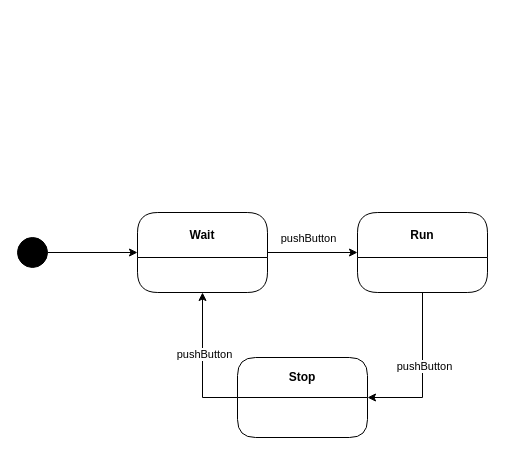
Earlier version of the draw.io diagram sample/StopWatch.drawio (sato22/Sm2Go). Source tidied: cells renumbered, new cells numbered last; positions are measured from the earlier drawing's top-left corner, leaving out a move shared by most shapes. Both pictures are drawn from the tidied source at 100%, with x=0, y=0 at pixel (17, 212).
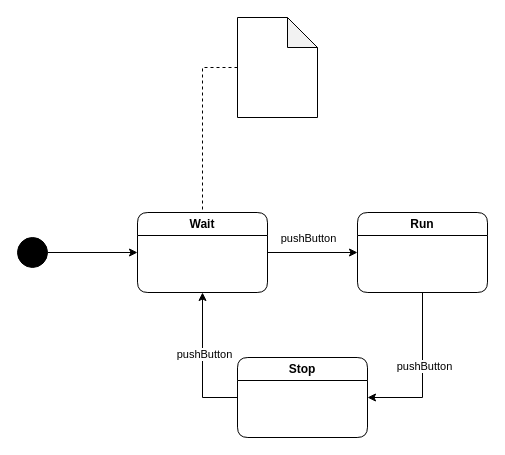
After the change.

Change to the diagram source:
```diff
@@
 <mxGraphModel>
   <root>
     <mxCell id="0" />
     <mxCell id="1" parent="0" />
     <mxCell id="2" style="edgeStyle=orthogonalEdgeStyle;rounded=0;jettySize=auto;html=1;exitX=1;exitY=0.5;exitDx=0;exitDy=0;entryX=0;entryY=0.5;entryDx=0;entryDy=0;" parent="1" edge="1" source="3" target="6">
       <mxGeometry relative="1" as="geometry" />
     </mxCell>
     <mxCell id="3" style="ellipse;whiteSpace=wrap;html=1;glass=0;sketch=0;fillColor=#000000;" parent="1" vertex="1">
       <mxGeometry y="25" width="30" height="30" as="geometry" />
     </mxCell>
     <mxCell id="4" style="edgeStyle=orthogonalEdgeStyle;rounded=0;jettySize=auto;html=1;exitX=1;exitY=0.5;exitDx=0;exitDy=0;entryX=0;entryY=0.5;entryDx=0;entryDy=0;" parent="1" edge="1" source="6" target="9">
       <mxGeometry relative="1" as="geometry" />
     </mxCell>
     <mxCell id="5" value="pushButton" style="edgeLabel;html=1;align=center;verticalAlign=middle;" parent="4" vertex="1">
       <mxGeometry x="0.31" y="1" relative="1" as="geometry">
         <mxPoint x="-19" y="-14" as="offset" />
       </mxGeometry>
     </mxCell>
-    <mxCell id="6" value="Wait" style="swimlane;rounded=1;whiteSpace=wrap;html=1;glass=0;sketch=0;startSize=45;" parent="1" vertex="1">
+    <mxCell id="6" value="Wait" style="swimlane;rounded=1;whiteSpace=wrap;html=1;glass=0;sketch=0;" parent="1" vertex="1">
       <mxGeometry x="120" width="130" height="80" as="geometry" />
     </mxCell>
     <mxCell id="7" style="edgeStyle=orthogonalEdgeStyle;rounded=0;jettySize=auto;html=1;exitX=0.5;exitY=1;exitDx=0;exitDy=0;entryX=1;entryY=0.5;entryDx=0;entryDy=0;" parent="1" edge="1" source="9" target="12">
       <mxGeometry relative="1" as="geometry" />
     </mxCell>
     <mxCell id="8" value="pushButton" style="edgeLabel;html=1;align=center;verticalAlign=middle;" parent="7" vertex="1">
       <mxGeometry x="-0.09" y="1" relative="1" as="geometry" />
     </mxCell>
-    <mxCell id="9" value="Run" style="swimlane;rounded=1;whiteSpace=wrap;html=1;glass=0;sketch=0;startSize=45;" parent="1" vertex="1">
+    <mxCell id="9" value="Run" style="swimlane;rounded=1;whiteSpace=wrap;html=1;glass=0;sketch=0;" parent="1" vertex="1">
       <mxGeometry x="340" width="130" height="80" as="geometry" />
     </mxCell>
     <mxCell id="10" style="edgeStyle=orthogonalEdgeStyle;rounded=0;jettySize=auto;html=1;exitX=0;exitY=0.5;exitDx=0;exitDy=0;entryX=0.5;entryY=1;entryDx=0;entryDy=0;" parent="1" edge="1" source="12" target="6">
       <mxGeometry relative="1" as="geometry" />
     </mxCell>
     <mxCell id="11" value="pushButton" style="edgeLabel;html=1;align=center;verticalAlign=middle;" parent="10" vertex="1">
       <mxGeometry x="0.13" y="-1" relative="1" as="geometry" />
     </mxCell>
-    <mxCell id="12" value="Stop" style="swimlane;rounded=1;whiteSpace=wrap;html=1;glass=0;sketch=0;startSize=40;" parent="1" vertex="1">
+    <mxCell id="12" value="Stop" style="swimlane;rounded=1;whiteSpace=wrap;html=1;glass=0;sketch=0;" parent="1" vertex="1">
       <mxGeometry x="220" y="145" width="130" height="80" as="geometry" />
     </mxCell>
+    <mxCell id="13" style="edgeStyle=orthogonalEdgeStyle;rounded=0;jettySize=auto;html=1;exitX=0;exitY=0.5;exitDx=0;exitDy=0;exitPerimeter=0;entryX=0.5;entryY=0;entryDx=0;entryDy=0;endArrow=none;endFill=0;dashed=1;" parent="1" edge="1" source="14" target="6">
+      <mxGeometry relative="1" as="geometry" />
+    </mxCell>
+    <mxCell id="14" style="shape=note;whiteSpace=wrap;html=1;backgroundOutline=1;darkOpacity=0.05;glass=0;sketch=0;fillColor=#ffffff;" parent="1" vertex="1">
+      <mxGeometry x="220" y="-195" width="80" height="100" as="geometry" />
+    </mxCell>
   </root>
 </mxGraphModel>
```
